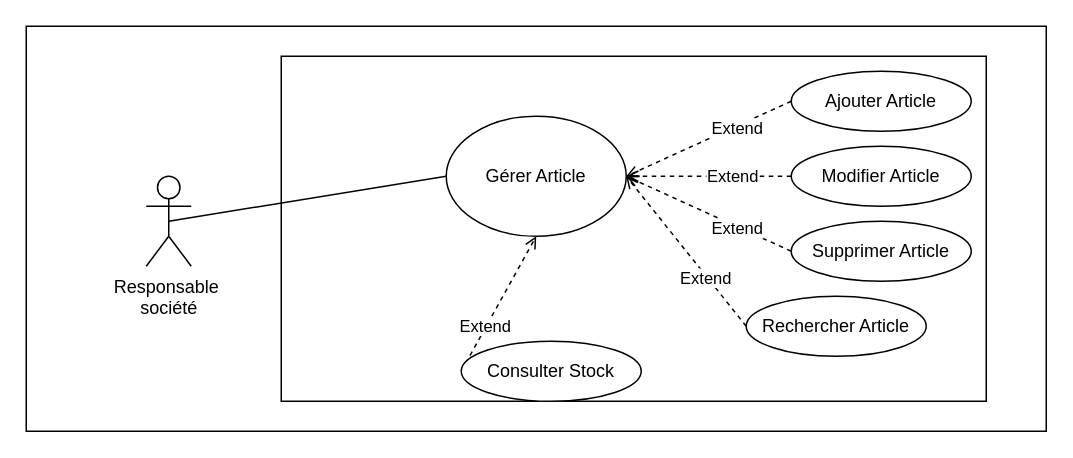
This is gererartspe.drawio from labidimahdi/diagrams, a draw.io file, before an edit. Source tidied: cells renumbered, new cells numbered last; positions are measured from the earlier drawing's top-left corner, leaving out a move shared by most shapes. Both pictures are drawn from the tidied source at 150%, with x=0, y=0 at pixel (26, 26).
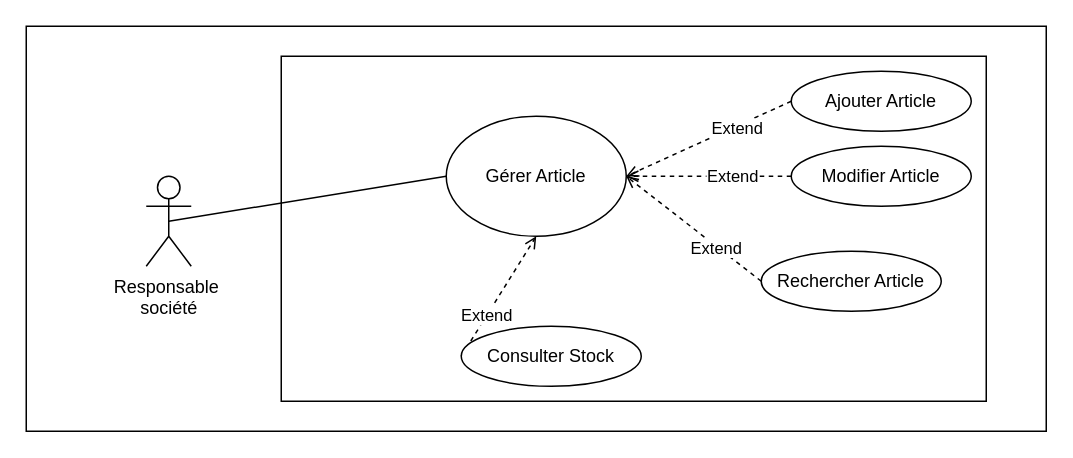
The same page after the edit.

Commit message:
Mettre à jour gererartspe.drawio

The change refers to these unchanged cells:
```xml
<mxCell id="6" value="Gérer Article" style="ellipse;whiteSpace=wrap;html=1;" parent="1" vertex="1">
  <mxGeometry x="280" y="60" width="120" height="80" as="geometry" />
</mxCell>
```

What changed in the source:
```diff
@@
-    <mxCell id="13" style="rounded=0;jettySize=auto;html=1;exitX=0;exitY=0.5;exitDx=0;exitDy=0;entryX=1;entryY=0.5;entryDx=0;entryDy=0;dashed=1;endArrow=open;endFill=0;" parent="1" edge="1" source="15" target="6">
-      <mxGeometry relative="1" as="geometry" />
-    </mxCell>
-    <mxCell id="14" value="Extend" style="edgeLabel;html=1;align=center;verticalAlign=middle;" parent="13" vertex="1">
-      <mxGeometry x="-0.33" y="1" relative="1" as="geometry" />
-    </mxCell>
-    <mxCell id="15" value="Supprimer Article" style="ellipse;whiteSpace=wrap;html=1;" parent="1" vertex="1">
-      <mxGeometry x="510" y="130" width="120" height="40" as="geometry" />
-    </mxCell>
@@
     <mxCell id="18" value="Consulter Stock" style="ellipse;whiteSpace=wrap;html=1;" parent="1" vertex="1">
-      <mxGeometry x="290" y="210" width="120" height="40" as="geometry" />
+      <mxGeometry x="290" y="200" width="120" height="40" as="geometry" />
     </mxCell>
@@
     <mxCell id="21" value="Rechercher Article" style="ellipse;whiteSpace=wrap;html=1;" parent="1" vertex="1">
-      <mxGeometry x="480" y="180" width="120" height="40" as="geometry" />
+      <mxGeometry x="490" y="150" width="120" height="40" as="geometry" />
     </mxCell>
```
